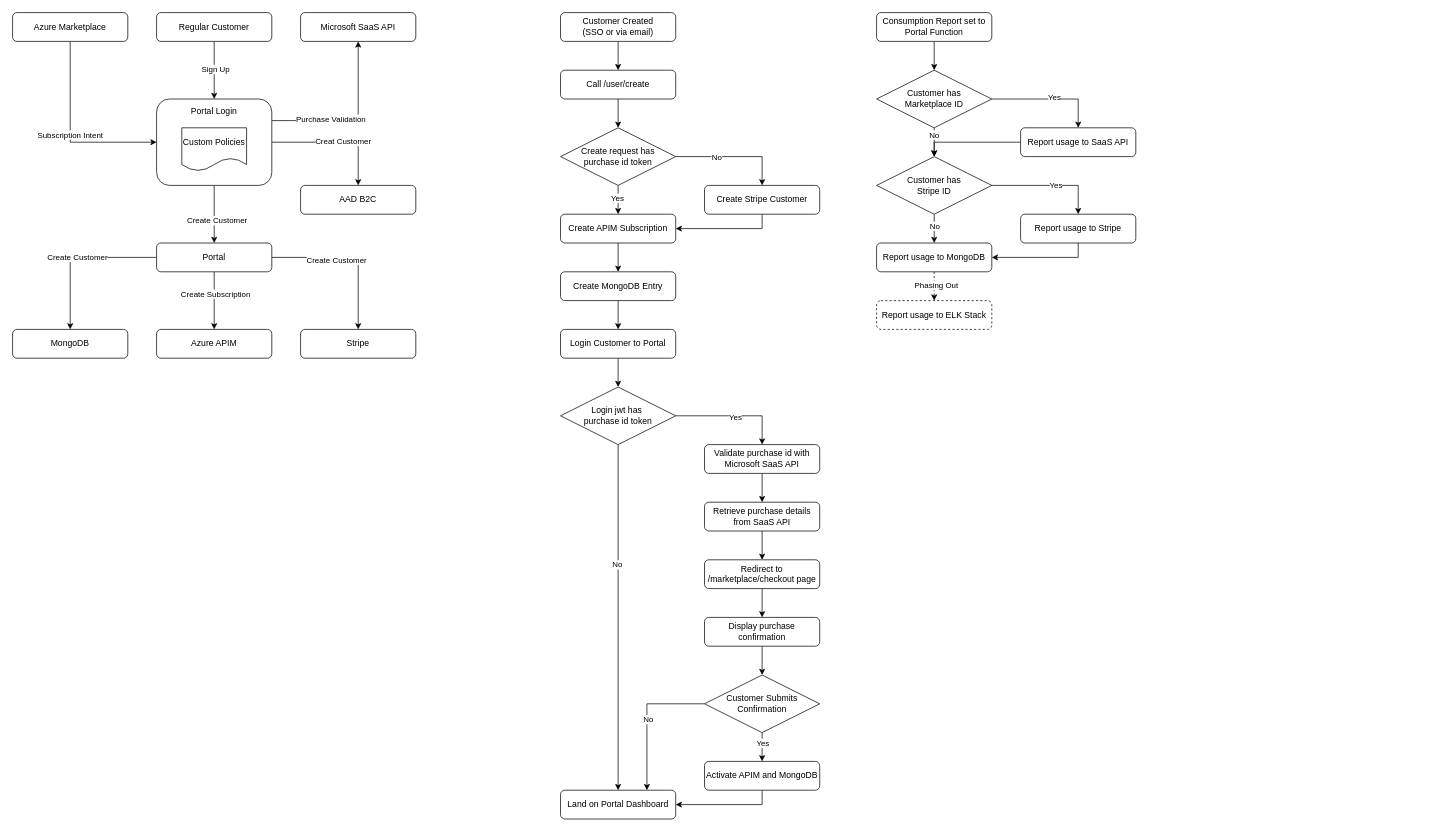
Before: azure-marketplace-integration.drawio in fredyeah/diagrams, a draw.io diagram. Source tidied: cells renumbered, new cells numbered last; positions are measured from the earlier drawing's top-left corner, leaving out a move shared by most shapes. Both pictures are drawn from the tidied source at 72%, with x=0, y=0 at pixel (12, 12).
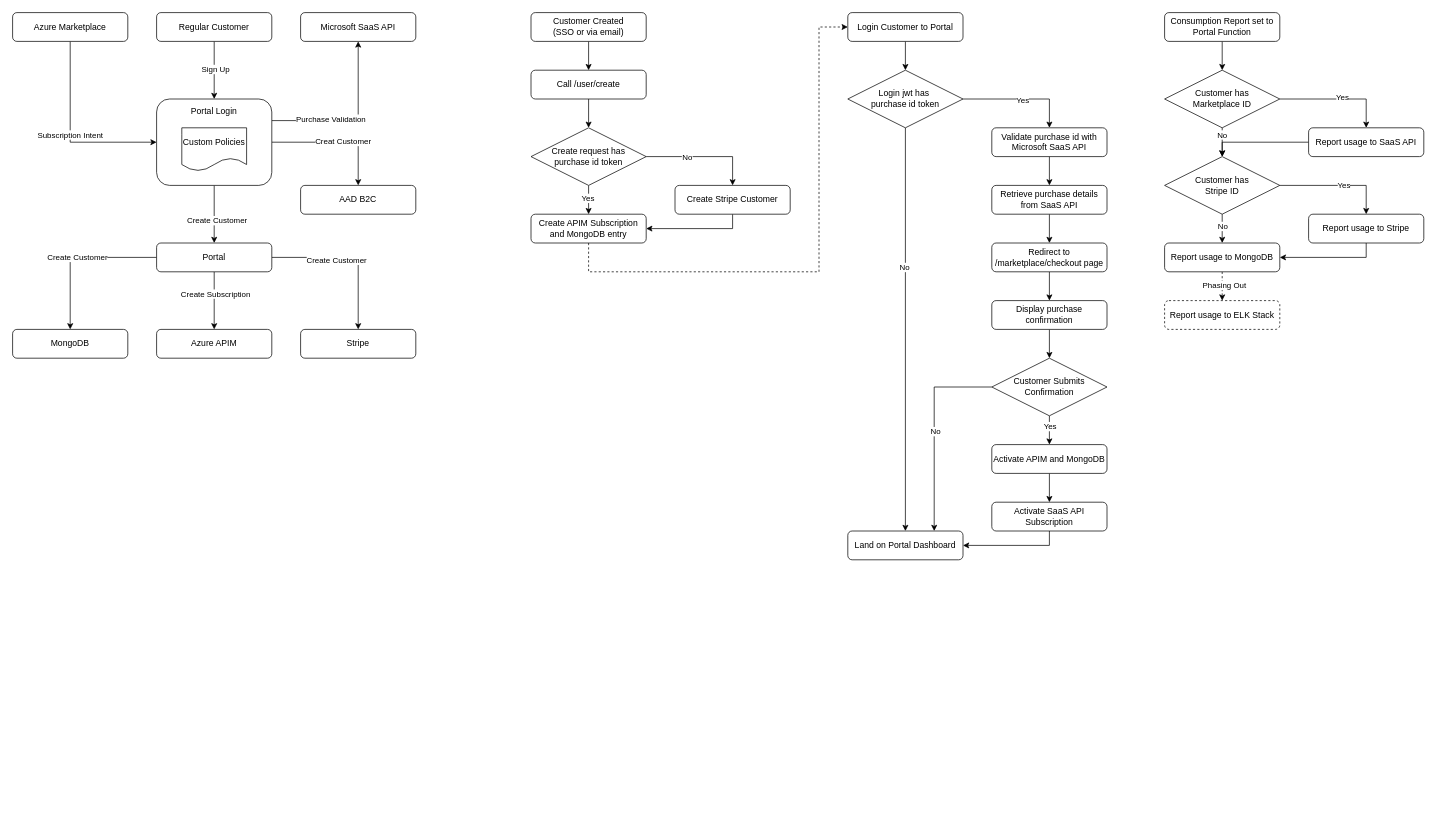
The same diagram, later.

The edit, as a diff of the source:
```diff
@@
     <mxCell id="27" value="Customer Created &lt;br&gt;(SSO or via email)" style="rounded=1;whiteSpace=wrap;html=1;" parent="1" vertex="1">
-      <mxGeometry x="761" width="160" height="40" as="geometry" />
+      <mxGeometry x="720" width="160" height="40" as="geometry" />
     </mxCell>
@@
     <mxCell id="32" value="Create request has &lt;br&gt;purchase id token" style="rhombus;whiteSpace=wrap;html=1;" parent="1" vertex="1">
-      <mxGeometry x="761" y="160" width="160" height="80" as="geometry" />
+      <mxGeometry x="720" y="160" width="160" height="80" as="geometry" />
     </mxCell>
@@
     <mxCell id="34" value="Call /user/create" style="rounded=1;whiteSpace=wrap;html=1;" parent="1" vertex="1">
-      <mxGeometry x="761" y="80" width="160" height="40" as="geometry" />
+      <mxGeometry x="720" y="80" width="160" height="40" as="geometry" />
     </mxCell>
-    <mxCell id="35" style="edgeStyle=orthogonalEdgeStyle;rounded=0;jettySize=auto;html=1;entryX=0.5;entryY=0;entryDx=0;entryDy=0;" parent="1" edge="1" source="36" target="38">
-      <mxGeometry relative="1" as="geometry" />
-    </mxCell>
+    <mxCell id="83" style="edgeStyle=orthogonalEdgeStyle;rounded=0;jettySize=auto;html=1;entryX=0;entryY=0.5;entryDx=0;entryDy=0;dashed=1;exitX=0.5;exitY=1;exitDx=0;exitDy=0;" parent="1" edge="1" source="36" target="42">
+      <mxGeometry relative="1" as="geometry">
+        <Array as="points">
+          <mxPoint x="800" y="360" />
+          <mxPoint x="1120" y="360" />
+          <mxPoint x="1120" y="20" />
+        </Array>
+      </mxGeometry>
+    </mxCell>
-    <mxCell id="36" value="Create APIM Subscription" style="rounded=1;whiteSpace=wrap;html=1;" parent="1" vertex="1">
-      <mxGeometry x="761" y="280" width="160" height="40" as="geometry" />
+    <mxCell id="36" value="Create APIM Subscription and MongoDB entry" style="rounded=1;whiteSpace=wrap;html=1;" parent="1" vertex="1">
+      <mxGeometry x="720" y="280" width="160" height="40" as="geometry" />
     </mxCell>
-    <mxCell id="37" style="edgeStyle=orthogonalEdgeStyle;rounded=0;jettySize=auto;html=1;entryX=0.5;entryY=0;entryDx=0;entryDy=0;" parent="1" edge="1" source="38" target="42">
-      <mxGeometry relative="1" as="geometry" />
-    </mxCell>
-    <mxCell id="38" value="Create MongoDB Entry" style="rounded=1;whiteSpace=wrap;html=1;" parent="1" vertex="1">
-      <mxGeometry x="761" y="360" width="160" height="40" as="geometry" />
-    </mxCell>
@@
     <mxCell id="40" value="Create Stripe Customer" style="rounded=1;whiteSpace=wrap;html=1;" parent="1" vertex="1">
-      <mxGeometry x="961" y="240" width="160" height="40" as="geometry" />
+      <mxGeometry x="920" y="240" width="160" height="40" as="geometry" />
     </mxCell>
@@
     <mxCell id="42" value="Login Customer to Portal" style="rounded=1;whiteSpace=wrap;html=1;" parent="1" vertex="1">
-      <mxGeometry x="761" y="440" width="160" height="40" as="geometry" />
+      <mxGeometry x="1160" width="160" height="40" as="geometry" />
     </mxCell>
@@
     <mxCell id="47" value="Login jwt has&amp;nbsp;&lt;br&gt;purchase id token" style="rhombus;whiteSpace=wrap;html=1;" parent="1" vertex="1">
-      <mxGeometry x="761" y="520" width="160" height="80" as="geometry" />
+      <mxGeometry x="1160" y="80" width="160" height="80" as="geometry" />
     </mxCell>
     <mxCell id="48" value="Land on Portal Dashboard" style="rounded=1;whiteSpace=wrap;html=1;" parent="1" vertex="1">
-      <mxGeometry x="761" y="1080" width="160" height="40" as="geometry" />
+      <mxGeometry x="1160" y="720" width="160" height="40" as="geometry" />
     </mxCell>
@@
     <mxCell id="50" value="Validate purchase id with&lt;br&gt;Microsoft SaaS API" style="rounded=1;whiteSpace=wrap;html=1;" parent="1" vertex="1">
-      <mxGeometry x="961" y="600" width="160" height="40" as="geometry" />
+      <mxGeometry x="1360" y="160" width="160" height="40" as="geometry" />
     </mxCell>
@@
     <mxCell id="52" value="Retrieve purchase details&lt;br&gt;from SaaS API" style="rounded=1;whiteSpace=wrap;html=1;" parent="1" vertex="1">
-      <mxGeometry x="961" y="680" width="160" height="40" as="geometry" />
+      <mxGeometry x="1360" y="240" width="160" height="40" as="geometry" />
     </mxCell>
@@
     <mxCell id="54" value="Redirect to &lt;br&gt;/marketplace/checkout page" style="rounded=1;whiteSpace=wrap;html=1;" parent="1" vertex="1">
-      <mxGeometry x="961" y="760" width="160" height="40" as="geometry" />
+      <mxGeometry x="1360" y="320" width="160" height="40" as="geometry" />
     </mxCell>
@@
     <mxCell id="56" value="Display purchase confirmation" style="rounded=1;whiteSpace=wrap;html=1;" parent="1" vertex="1">
-      <mxGeometry x="961" y="840" width="160" height="40" as="geometry" />
+      <mxGeometry x="1360" y="400" width="160" height="40" as="geometry" />
     </mxCell>
@@
     <mxCell id="61" value="Customer Submits&lt;br&gt;Confirmation" style="rhombus;whiteSpace=wrap;html=1;" parent="1" vertex="1">
-      <mxGeometry x="961" y="920" width="160" height="80" as="geometry" />
+      <mxGeometry x="1360" y="480" width="160" height="80" as="geometry" />
     </mxCell>
-    <mxCell id="62" style="edgeStyle=orthogonalEdgeStyle;rounded=0;jettySize=auto;html=1;entryX=1;entryY=0.5;entryDx=0;entryDy=0;exitX=0.5;exitY=1;exitDx=0;exitDy=0;" parent="1" edge="1" source="63" target="48">
-      <mxGeometry relative="1" as="geometry" />
-    </mxCell>
+    <mxCell id="84" style="edgeStyle=orthogonalEdgeStyle;rounded=0;jettySize=auto;html=1;entryX=0.5;entryY=0;entryDx=0;entryDy=0;" parent="1" edge="1" source="63" target="86">
+      <mxGeometry relative="1" as="geometry" />
+    </mxCell>
     <mxCell id="63" value="Activate APIM and MongoDB" style="rounded=1;whiteSpace=wrap;html=1;" parent="1" vertex="1">
-      <mxGeometry x="961" y="1040" width="160" height="40" as="geometry" />
+      <mxGeometry x="1360" y="600" width="160" height="40" as="geometry" />
     </mxCell>
@@
     <mxCell id="65" value="Consumption Report set to Portal Function" style="rounded=1;whiteSpace=wrap;html=1;" parent="1" vertex="1">
-      <mxGeometry x="1200" width="160" height="40" as="geometry" />
+      <mxGeometry x="1600" width="160" height="40" as="geometry" />
     </mxCell>
@@
     <mxCell id="69" value="Customer has &lt;br&gt;Marketplace ID" style="rhombus;whiteSpace=wrap;html=1;" parent="1" vertex="1">
-      <mxGeometry x="1200" y="80" width="160" height="80" as="geometry" />
+      <mxGeometry x="1600" y="80" width="160" height="80" as="geometry" />
     </mxCell>
@@
     <mxCell id="74" value="Customer has &lt;br&gt;Stripe ID" style="rhombus;whiteSpace=wrap;html=1;" parent="1" vertex="1">
-      <mxGeometry x="1200" y="200" width="160" height="80" as="geometry" />
+      <mxGeometry x="1600" y="200" width="160" height="80" as="geometry" />
     </mxCell>
@@
     <mxCell id="76" value="Report usage to SaaS API" style="rounded=1;whiteSpace=wrap;html=1;" parent="1" vertex="1">
-      <mxGeometry x="1400" y="160" width="160" height="40" as="geometry" />
+      <mxGeometry x="1800" y="160" width="160" height="40" as="geometry" />
     </mxCell>
@@
     <mxCell id="78" value="Report usage to Stripe" style="rounded=1;whiteSpace=wrap;html=1;" parent="1" vertex="1">
-      <mxGeometry x="1400" y="280" width="160" height="40" as="geometry" />
+      <mxGeometry x="1800" y="280" width="160" height="40" as="geometry" />
     </mxCell>
@@
     <mxCell id="81" value="Report usage to MongoDB" style="rounded=1;whiteSpace=wrap;html=1;" parent="1" vertex="1">
-      <mxGeometry x="1200" y="320" width="160" height="40" as="geometry" />
+      <mxGeometry x="1600" y="320" width="160" height="40" as="geometry" />
     </mxCell>
     <mxCell id="82" value="Report usage to ELK Stack" style="rounded=1;whiteSpace=wrap;html=1;dashed=1;" parent="1" vertex="1">
-      <mxGeometry x="1200" y="400" width="160" height="40" as="geometry" />
+      <mxGeometry x="1600" y="400" width="160" height="40" as="geometry" />
     </mxCell>
+    <mxCell id="85" style="edgeStyle=orthogonalEdgeStyle;rounded=0;jettySize=auto;html=1;entryX=1;entryY=0.5;entryDx=0;entryDy=0;" parent="1" edge="1" source="86" target="48">
+      <mxGeometry relative="1" as="geometry">
+        <Array as="points">
+          <mxPoint x="1440" y="740" />
+        </Array>
+      </mxGeometry>
+    </mxCell>
+    <mxCell id="86" value="Activate SaaS API Subscription" style="rounded=1;whiteSpace=wrap;html=1;" parent="1" vertex="1">
+      <mxGeometry x="1360" y="680" width="160" height="40" as="geometry" />
+    </mxCell>
```
